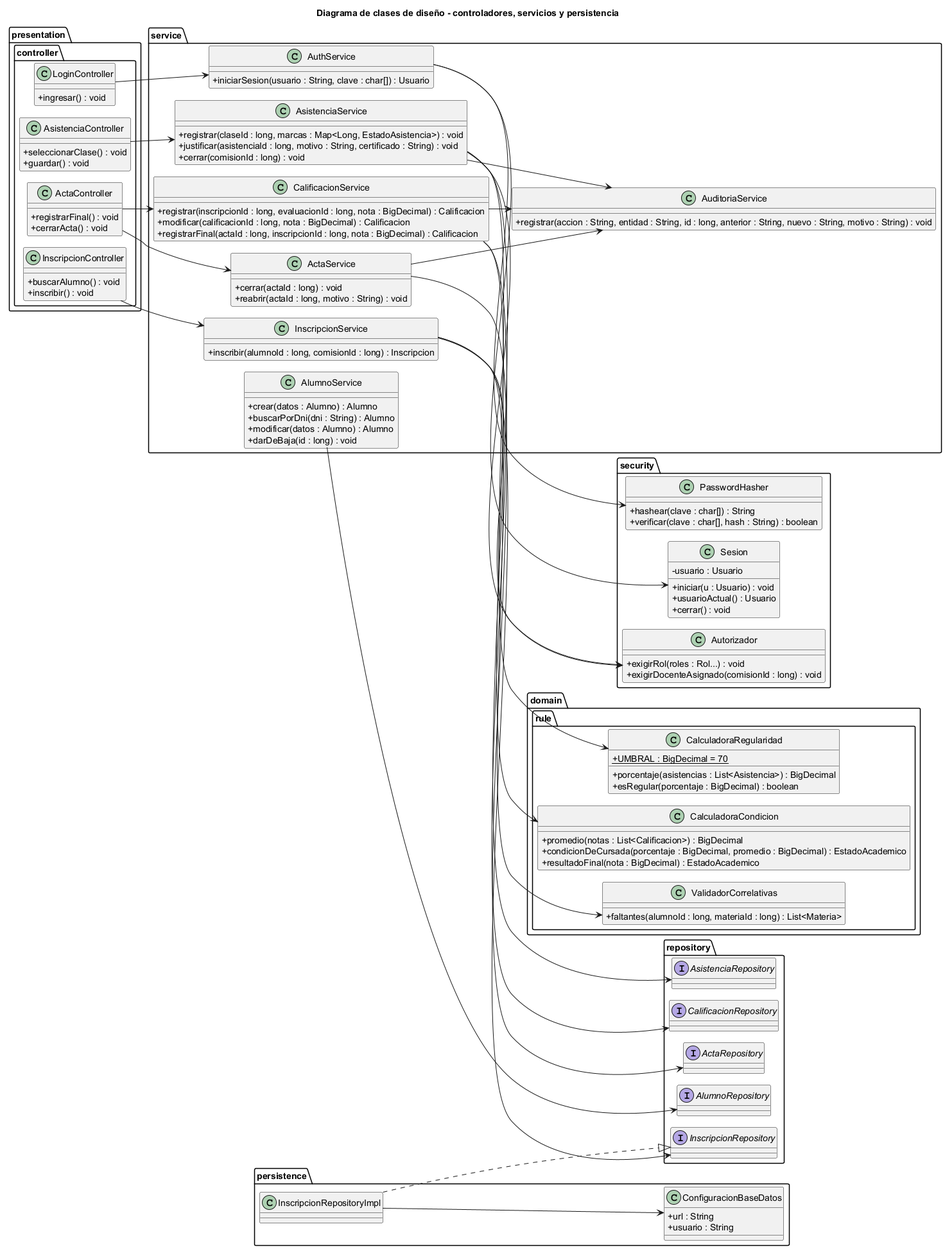
Above: document/diagramas/clases-diseno.png in ISMAELALTHENOFER/BACKOFFICE-ACADEMICO-ITEC-N-1 (PlantUML), before the change.
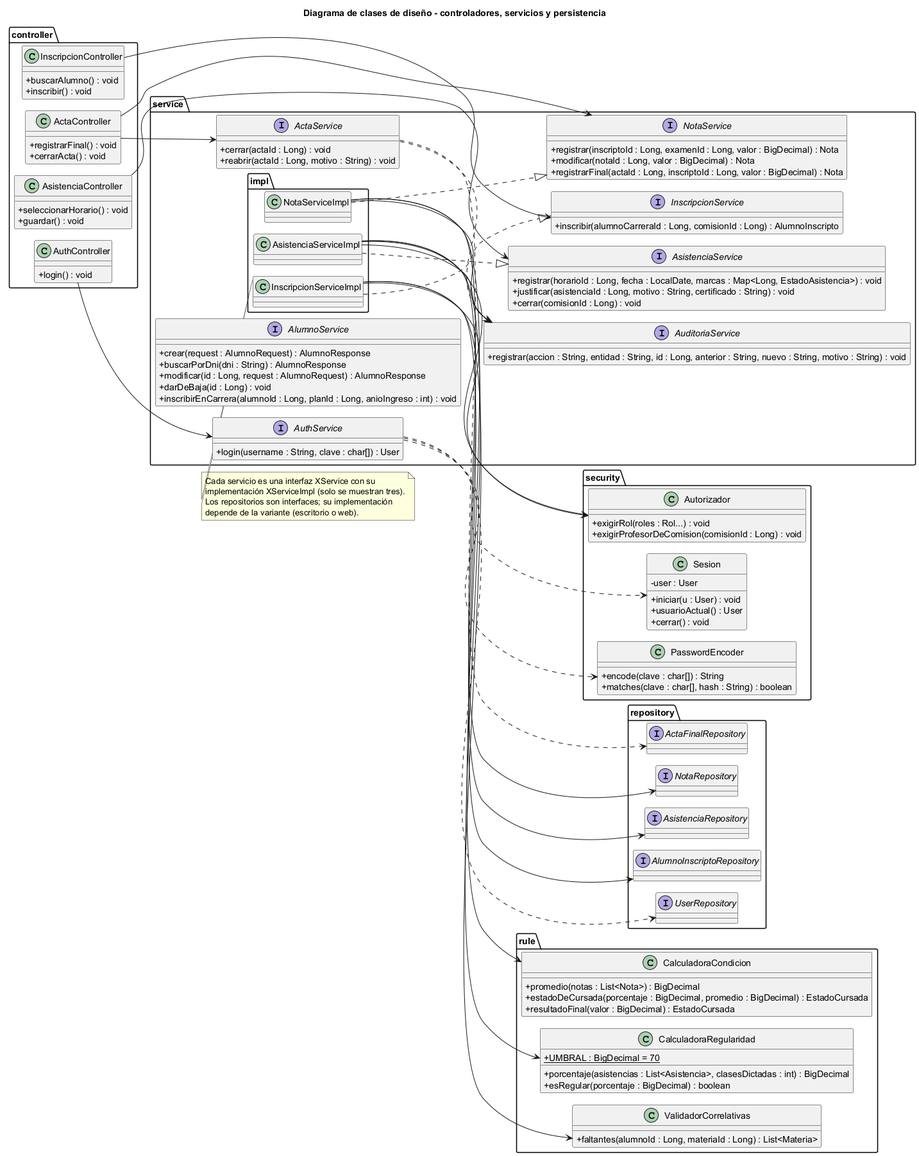
Above is the later version.

Change to the diagram source:
```diff
@@ -5,16 +5,16 @@
 title Diagrama de clases de diseño - controladores, servicios y persistencia
 left to right direction
 
-package "presentation.controller" {
-  class LoginController {
-    + ingresar() : void
+package "controller" {
+  class AuthController {
+    + login() : void
   }
   class InscripcionController {
     + buscarAlumno() : void
     + inscribir() : void
   }
   class AsistenciaController {
-    + seleccionarClase() : void
+    + seleccionarHorario() : void
     + guardar() : void
   }
   class ActaController {
@@ -25,105 +25,112 @@
 
 package "security" {
   class Sesion {
-    - usuario : Usuario
-    + iniciar(u : Usuario) : void
-    + usuarioActual() : Usuario
+    - user : User
+    + iniciar(u : User) : void
+    + usuarioActual() : User
     + cerrar() : void
   }
-  class PasswordHasher {
-    + hashear(clave : char[]) : String
-    + verificar(clave : char[], hash : String) : boolean
+  class PasswordEncoder {
+    + encode(clave : char[]) : String
+    + matches(clave : char[], hash : String) : boolean
   }
   class Autorizador {
     + exigirRol(roles : Rol...) : void
-    + exigirDocenteAsignado(comisionId : long) : void
+    + exigirProfesorDeComision(comisionId : Long) : void
   }
 }
 
 package "service" {
-  class AuthService {
-    + iniciarSesion(usuario : String, clave : char[]) : Usuario
+  interface AuthService {
+    + login(username : String, clave : char[]) : User
   }
-  class AlumnoService {
-    + crear(datos : Alumno) : Alumno
-    + buscarPorDni(dni : String) : Alumno
-    + modificar(datos : Alumno) : Alumno
-    + darDeBaja(id : long) : void
+  interface AlumnoService {
+    + crear(request : AlumnoRequest) : AlumnoResponse
+    + buscarPorDni(dni : String) : AlumnoResponse
+    + modificar(id : Long, request : AlumnoRequest) : AlumnoResponse
+    + darDeBaja(id : Long) : void
+    + inscribirEnCarrera(alumnoId : Long, planId : Long, anioIngreso : int) : void
   }
-  class InscripcionService {
-    + inscribir(alumnoId : long, comisionId : long) : Inscripcion
+  interface InscripcionService {
+    + inscribir(alumnoCarreraId : Long, comisionId : Long) : AlumnoInscripto
   }
-  class AsistenciaService {
-    + registrar(claseId : long, marcas : Map<Long, EstadoAsistencia>) : void
-    + justificar(asistenciaId : long, motivo : String, certificado : String) : void
-    + cerrar(comisionId : long) : void
+  interface AsistenciaService {
+    + registrar(horarioId : Long, fecha : LocalDate, marcas : Map<Long, EstadoAsistencia>) : void
+    + justificar(asistenciaId : Long, motivo : String, certificado : String) : void
+    + cerrar(comisionId : Long) : void
   }
-  class CalificacionService {
-    + registrar(inscripcionId : long, evaluacionId : long, nota : BigDecimal) : Calificacion
-    + modificar(calificacionId : long, nota : BigDecimal) : Calificacion
-    + registrarFinal(actaId : long, inscripcionId : long, nota : BigDecimal) : Calificacion
+  interface NotaService {
+    + registrar(inscriptoId : Long, examenId : Long, valor : BigDecimal) : Nota
+    + modificar(notaId : Long, valor : BigDecimal) : Nota
+    + registrarFinal(actaId : Long, inscriptoId : Long, valor : BigDecimal) : Nota
   }
-  class ActaService {
-    + cerrar(actaId : long) : void
-    + reabrir(actaId : long, motivo : String) : void
+  interface ActaService {
+    + cerrar(actaId : Long) : void
+    + reabrir(actaId : Long, motivo : String) : void
   }
-  class AuditoriaService {
-    + registrar(accion : String, entidad : String, id : long, anterior : String, nuevo : String, motivo : String) : void
+  interface AuditoriaService {
+    + registrar(accion : String, entidad : String, id : Long, anterior : String, nuevo : String, motivo : String) : void
   }
 }
 
-package "domain.rule" {
+package "service.impl" {
+  class InscripcionServiceImpl
+  class AsistenciaServiceImpl
+  class NotaServiceImpl
+}
+
+package "rule" {
   class CalculadoraRegularidad {
     + {static} UMBRAL : BigDecimal = 70
-    + porcentaje(asistencias : List<Asistencia>) : BigDecimal
+    + porcentaje(asistencias : List<Asistencia>, clasesDictadas : int) : BigDecimal
     + esRegular(porcentaje : BigDecimal) : boolean
   }
   class CalculadoraCondicion {
-    + promedio(notas : List<Calificacion>) : BigDecimal
-    + condicionDeCursada(porcentaje : BigDecimal, promedio : BigDecimal) : EstadoAcademico
-    + resultadoFinal(nota : BigDecimal) : EstadoAcademico
+    + promedio(notas : List<Nota>) : BigDecimal
+    + estadoDeCursada(porcentaje : BigDecimal, promedio : BigDecimal) : EstadoCursada
+    + resultadoFinal(valor : BigDecimal) : EstadoCursada
   }
   class ValidadorCorrelativas {
-    + faltantes(alumnoId : long, materiaId : long) : List<Materia>
+    + faltantes(alumnoId : Long, materiaId : Long) : List<Materia>
   }
 }
 
 package "repository" {
-  interface AlumnoRepository
-  interface InscripcionRepository
+  interface UserRepository
+  interface AlumnoInscriptoRepository
   interface AsistenciaRepository
-  interface CalificacionRepository
-  interface ActaRepository
+  interface NotaRepository
+  interface ActaFinalRepository
 }
 
-package "persistence" {
-  class InscripcionRepositoryImpl
-  class ConfiguracionBaseDatos {
-    + url : String
-    + usuario : String
-  }
-}
-
-LoginController --> AuthService
+AuthController --> AuthService
 InscripcionController --> InscripcionService
 AsistenciaController --> AsistenciaService
-ActaController --> CalificacionService
+ActaController --> NotaService
 ActaController --> ActaService
-AuthService --> PasswordHasher
-AuthService --> Sesion
-InscripcionService --> Autorizador
-InscripcionService --> ValidadorCorrelativas
-InscripcionService --> InscripcionRepository
-AsistenciaService --> Autorizador
-AsistenciaService --> CalculadoraRegularidad
-AsistenciaService --> AsistenciaRepository
-AsistenciaService --> AuditoriaService
-CalificacionService --> CalculadoraCondicion
-CalificacionService --> CalificacionRepository
-CalificacionService --> AuditoriaService
-ActaService --> ActaRepository
-ActaService --> AuditoriaService
-AlumnoService --> AlumnoRepository
-InscripcionRepositoryImpl ..|> InscripcionRepository
-InscripcionRepositoryImpl --> ConfiguracionBaseDatos
+AuthService ..> PasswordEncoder
+AuthService ..> Sesion
+AuthService ..> UserRepository
+InscripcionServiceImpl ..|> InscripcionService
+AsistenciaServiceImpl ..|> AsistenciaService
+NotaServiceImpl ..|> NotaService
+InscripcionServiceImpl --> Autorizador
+InscripcionServiceImpl --> ValidadorCorrelativas
+InscripcionServiceImpl --> AlumnoInscriptoRepository
+AsistenciaServiceImpl --> Autorizador
+AsistenciaServiceImpl --> CalculadoraRegularidad
+AsistenciaServiceImpl --> AsistenciaRepository
+AsistenciaServiceImpl --> AuditoriaService
+NotaServiceImpl --> CalculadoraCondicion
+NotaServiceImpl --> NotaRepository
+NotaServiceImpl --> AuditoriaService
+ActaService ..> ActaFinalRepository
+ActaService ..> AuditoriaService
+
+note bottom of InscripcionServiceImpl
+  Cada servicio es una interfaz XService con su
+  implementación XServiceImpl (solo se muestran tres).
+  Los repositorios son interfaces; su implementación
+  depende de la variante (escritorio o web).
+end note
 @enduml
```
